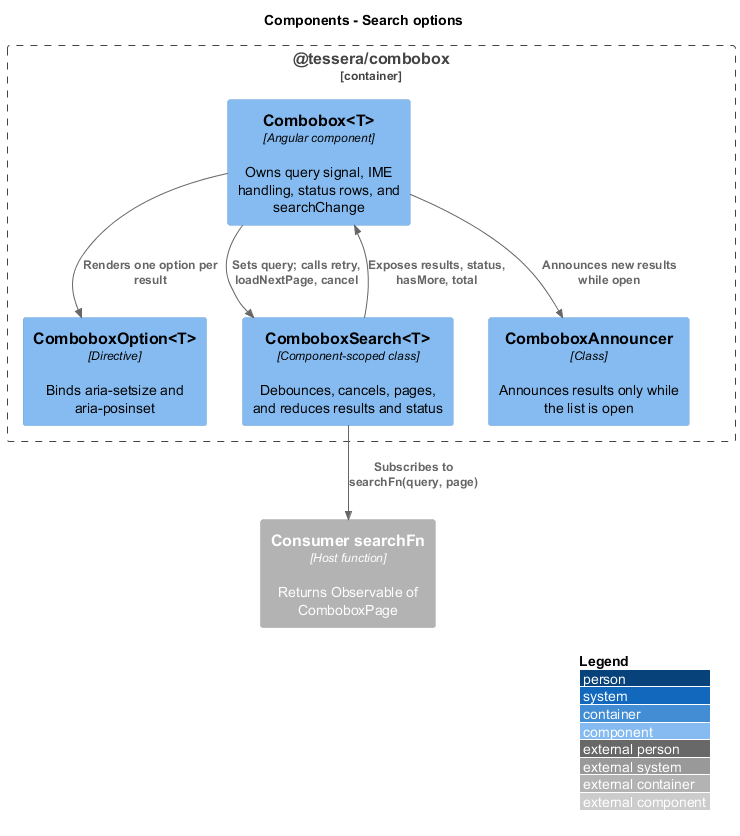
Earlier version of the PlantUML export docs/detailed-designs/combobox/search-options/diagrams/c4-component.png (QuinntyneBrown/Tessera).
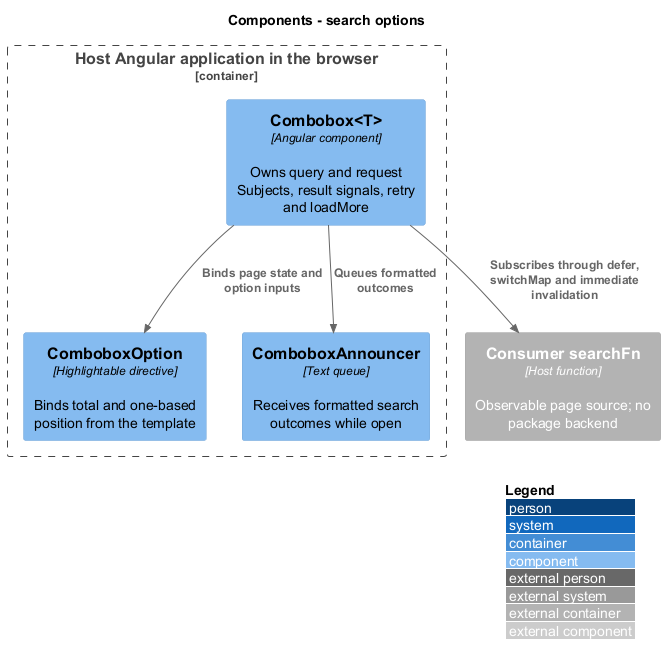
After the commit.

Change to the diagram source:
```diff
@@ -1,18 +1,14 @@
 @startuml
 !include <C4/C4_Component>
 LAYOUT_WITH_LEGEND()
-title Components - Search options
-
-Container_Boundary(pkg, "@tessera/combobox") {
-  Component(combo, "Combobox<T>", "Angular component", "Owns query signal, IME handling, status rows, and searchChange")
-  Component(search, "ComboboxSearch<T>", "Component-scoped class", "Debounces, cancels, pages, and reduces results and status")
-  Component(option, "ComboboxOption<T>", "Directive", "Binds aria-setsize and aria-posinset")
-  Component(announcer, "ComboboxAnnouncer", "Class", "Announces results only while the list is open")
+title Components - search options
+Container_Boundary(pkg, "Host Angular application in the browser") {
+  Component(combo, "Combobox<T>", "Angular component", "Owns query and request Subjects, result signals, retry and loadMore")
+  Component(option, "ComboboxOption", "Highlightable directive", "Binds total and one-based position from the template")
+  Component(ann, "ComboboxAnnouncer", "Text queue", "Receives formatted search outcomes while open")
 }
-Container_Ext(source, "Consumer searchFn", "Host function", "Returns Observable of ComboboxPage")
-Rel(combo, search, "Sets query; calls retry, loadNextPage, cancel")
-Rel(search, source, "Subscribes to searchFn(query, page)")
-Rel(search, combo, "Exposes results, status, hasMore, total")
-Rel(combo, option, "Renders one option per result")
-Rel(combo, announcer, "Announces new results while open")
+Rel(combo, option, "Binds page state and option inputs")
+Rel(combo, ann, "Queues formatted outcomes")
+Container_Ext(source, "Consumer searchFn", "Host function", "Observable page source; no package backend")
+Rel(combo, source, "Subscribes through defer, switchMap and immediate invalidation")
 @enduml
```
